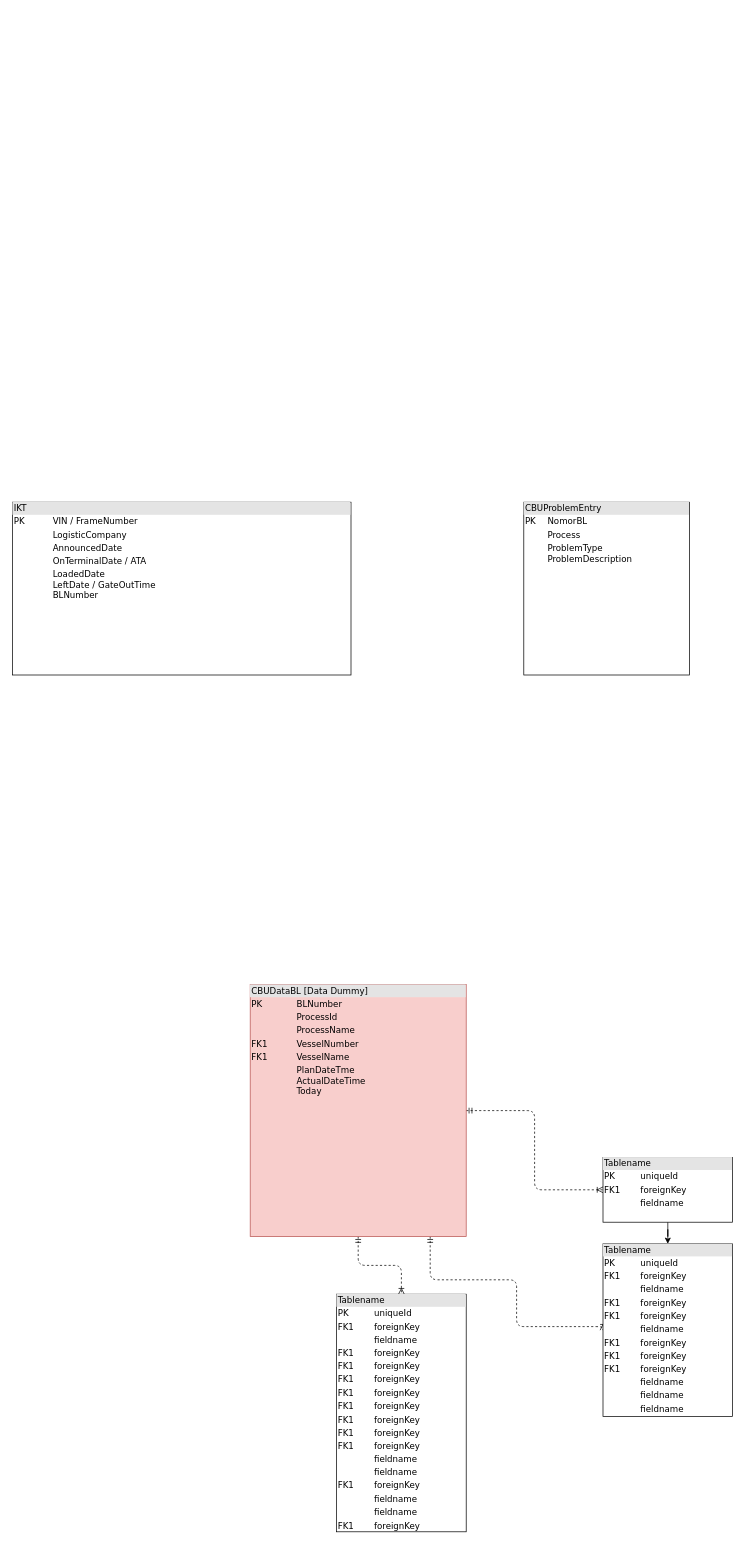
Before: page "Board1_ImportProgressSummary" (1 of 3) of TAM_IMIS_diagram.drawio in RifqiG759/BI_datasets, a draw.io diagram. Source tidied: cells renumbered, new cells numbered last; positions are measured from the earlier drawing's top-left corner, leaving out a move shared by most shapes. Both pictures are drawn from the tidied source at 72%, with x=0, y=0 at pixel (12, 502).
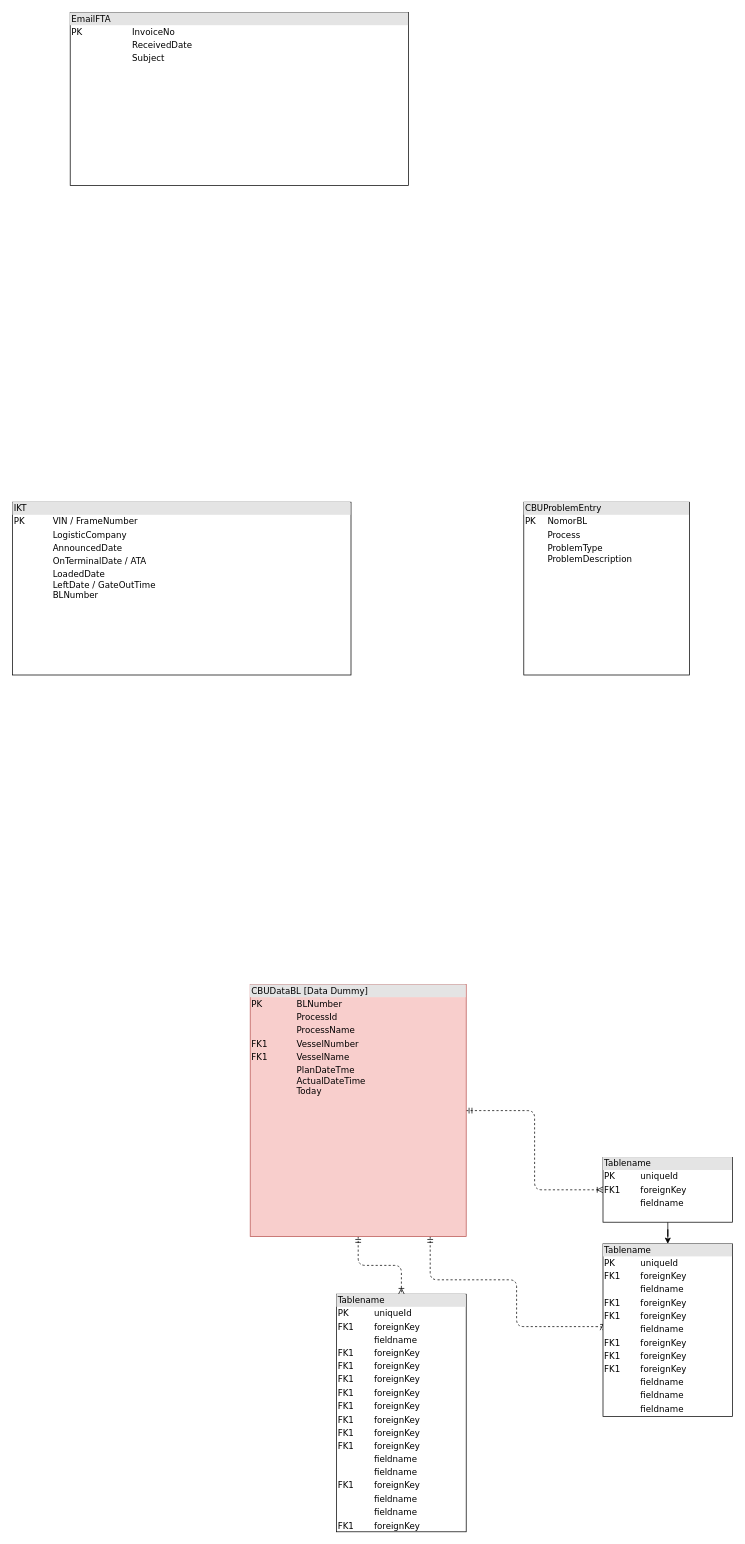
Above is the later version.

Diff of the diagram source:
```diff
@@
 <mxGraphModel background="#ffffff">
   <root>
     <mxCell id="0" />
     <mxCell id="1" parent="0" />
     <mxCell id="2" style="edgeStyle=orthogonalEdgeStyle;html=1;entryX=0.5;entryY=0;dashed=1;labelBackgroundColor=none;startArrow=ERmandOne;endArrow=ERoneToMany;fontFamily=Verdana;fontSize=12;align=left;" parent="1" edge="1" source="5" target="6">
       <mxGeometry relative="1" as="geometry" />
     </mxCell>
     <mxCell id="3" style="edgeStyle=orthogonalEdgeStyle;html=1;dashed=1;labelBackgroundColor=none;startArrow=ERmandOne;endArrow=ERoneToMany;fontFamily=Verdana;fontSize=12;align=left;entryX=0;entryY=0.5;" parent="1" edge="1" source="5" target="7">
       <mxGeometry relative="1" as="geometry">
         <Array as="points">
           <mxPoint x="580" y="1080" />
           <mxPoint x="700" y="1080" />
           <mxPoint x="700" y="1145" />
         </Array>
       </mxGeometry>
     </mxCell>
     <mxCell id="4" style="edgeStyle=orthogonalEdgeStyle;html=1;dashed=1;labelBackgroundColor=none;startArrow=ERmandOne;endArrow=ERoneToMany;fontFamily=Verdana;fontSize=12;align=left;" parent="1" edge="1" source="5" target="9">
       <mxGeometry relative="1" as="geometry" />
     </mxCell>
     <mxCell id="5" value="&lt;div style=&quot;box-sizing: border-box ; width: 100% ; background: #e4e4e4 ; padding: 2px&quot;&gt;CBUDataBL [Data Dummy]&lt;/div&gt;&lt;table style=&quot;width: 100% ; font-size: 1em&quot; cellpadding=&quot;2&quot; cellspacing=&quot;0&quot;&gt;&lt;tbody&gt;&lt;tr&gt;&lt;td&gt;PK&lt;/td&gt;&lt;td&gt;BLNumber&lt;/td&gt;&lt;/tr&gt;&lt;tr&gt;&lt;td&gt;&lt;/td&gt;&lt;td&gt;ProcessId&lt;/td&gt;&lt;/tr&gt;&lt;tr&gt;&lt;td&gt;&lt;br&gt;&lt;/td&gt;&lt;td&gt;ProcessName&lt;/td&gt;&lt;/tr&gt;&lt;tr&gt;&lt;td&gt;FK1&lt;br&gt;&lt;/td&gt;&lt;td&gt;VesselNumber&lt;/td&gt;&lt;/tr&gt;&lt;tr&gt;&lt;td&gt;FK1&lt;br&gt;&lt;/td&gt;&lt;td&gt;VesselName&lt;/td&gt;&lt;/tr&gt;&lt;tr&gt;&lt;td&gt;&lt;br&gt;&lt;/td&gt;&lt;td&gt;PlanDateTme&lt;br&gt;ActualDateTime&lt;br&gt;Today&lt;/td&gt;&lt;/tr&gt;&lt;tr&gt;&lt;td&gt;&lt;br&gt;&lt;/td&gt;&lt;td&gt;&lt;br&gt;&lt;/td&gt;&lt;/tr&gt;&lt;tr&gt;&lt;td&gt;&lt;br&gt;&lt;/td&gt;&lt;td&gt;&lt;br&gt;&lt;/td&gt;&lt;/tr&gt;&lt;tr&gt;&lt;td&gt;&lt;br&gt;&lt;/td&gt;&lt;td&gt;&lt;br&gt;&lt;/td&gt;&lt;/tr&gt;&lt;/tbody&gt;&lt;/table&gt;" style="verticalAlign=top;align=left;overflow=fill;html=1;rounded=0;shadow=0;comic=0;labelBackgroundColor=none;strokeColor=#b85450;strokeWidth=1;fillColor=#f8cecc;fontFamily=Verdana;fontSize=12;" parent="1" vertex="1">
       <mxGeometry x="330" y="670" width="300" height="350" as="geometry" />
     </mxCell>
     <mxCell id="6" value="&lt;div style=&quot;box-sizing: border-box ; width: 100% ; background: #e4e4e4 ; padding: 2px&quot;&gt;Tablename&lt;/div&gt;&lt;table style=&quot;width: 100% ; font-size: 1em&quot; cellpadding=&quot;2&quot; cellspacing=&quot;0&quot;&gt;&lt;tbody&gt;&lt;tr&gt;&lt;td&gt;PK&lt;/td&gt;&lt;td&gt;uniqueId&lt;/td&gt;&lt;/tr&gt;&lt;tr&gt;&lt;td&gt;FK1&lt;/td&gt;&lt;td&gt;foreignKey&lt;/td&gt;&lt;/tr&gt;&lt;tr&gt;&lt;td&gt;&lt;/td&gt;&lt;td&gt;fieldname&lt;/td&gt;&lt;/tr&gt;&lt;tr&gt;&lt;td&gt;FK1&lt;br&gt;&lt;/td&gt;&lt;td&gt;foreignKey&lt;br&gt;&lt;/td&gt;&lt;/tr&gt;&lt;tr&gt;&lt;td&gt;FK1&lt;br&gt;&lt;/td&gt;&lt;td&gt;foreignKey&lt;br&gt;&lt;/td&gt;&lt;/tr&gt;&lt;tr&gt;&lt;td&gt;FK1&lt;br&gt;&lt;/td&gt;&lt;td&gt;foreignKey&lt;br&gt;&lt;/td&gt;&lt;/tr&gt;&lt;tr&gt;&lt;td&gt;FK1&lt;br&gt;&lt;/td&gt;&lt;td&gt;foreignKey&lt;br&gt;&lt;/td&gt;&lt;/tr&gt;&lt;tr&gt;&lt;td&gt;FK1&lt;br&gt;&lt;/td&gt;&lt;td&gt;foreignKey&lt;br&gt;&lt;/td&gt;&lt;/tr&gt;&lt;tr&gt;&lt;td&gt;FK1&lt;br&gt;&lt;/td&gt;&lt;td&gt;foreignKey&lt;br&gt;&lt;/td&gt;&lt;/tr&gt;&lt;tr&gt;&lt;td&gt;FK1&lt;br&gt;&lt;/td&gt;&lt;td&gt;foreignKey&lt;br&gt;&lt;/td&gt;&lt;/tr&gt;&lt;tr&gt;&lt;td&gt;FK1&lt;br&gt;&lt;/td&gt;&lt;td&gt;foreignKey&lt;br&gt;&lt;/td&gt;&lt;/tr&gt;&lt;tr&gt;&lt;td&gt;&lt;br&gt;&lt;/td&gt;&lt;td&gt;fieldname&lt;br&gt;&lt;/td&gt;&lt;/tr&gt;&lt;tr&gt;&lt;td&gt;&lt;br&gt;&lt;/td&gt;&lt;td&gt;fieldname&lt;br&gt;&lt;/td&gt;&lt;/tr&gt;&lt;tr&gt;&lt;td&gt;FK1&lt;br&gt;&lt;/td&gt;&lt;td&gt;foreignKey&lt;br&gt;&lt;/td&gt;&lt;/tr&gt;&lt;tr&gt;&lt;td&gt;&lt;br&gt;&lt;/td&gt;&lt;td&gt;fieldname&lt;br&gt;&lt;/td&gt;&lt;/tr&gt;&lt;tr&gt;&lt;td&gt;&lt;br&gt;&lt;/td&gt;&lt;td&gt;fieldname&lt;br&gt;&lt;/td&gt;&lt;/tr&gt;&lt;tr&gt;&lt;td&gt;FK1&lt;br&gt;&lt;/td&gt;&lt;td&gt;foreignKey&lt;br&gt;&lt;/td&gt;&lt;/tr&gt;&lt;/tbody&gt;&lt;/table&gt;" style="verticalAlign=top;align=left;overflow=fill;html=1;rounded=0;shadow=0;comic=0;labelBackgroundColor=none;strokeColor=#000000;strokeWidth=1;fillColor=#ffffff;fontFamily=Verdana;fontSize=12;fontColor=#000000;" parent="1" vertex="1">
       <mxGeometry x="450" y="1100" width="180" height="330" as="geometry" />
     </mxCell>
     <mxCell id="7" value="&lt;div style=&quot;box-sizing: border-box ; width: 100% ; background: #e4e4e4 ; padding: 2px&quot;&gt;Tablename&lt;/div&gt;&lt;table style=&quot;width: 100% ; font-size: 1em&quot; cellpadding=&quot;2&quot; cellspacing=&quot;0&quot;&gt;&lt;tbody&gt;&lt;tr&gt;&lt;td&gt;PK&lt;/td&gt;&lt;td&gt;uniqueId&lt;/td&gt;&lt;/tr&gt;&lt;tr&gt;&lt;td&gt;FK1&lt;/td&gt;&lt;td&gt;foreignKey&lt;/td&gt;&lt;/tr&gt;&lt;tr&gt;&lt;td&gt;&lt;/td&gt;&lt;td&gt;fieldname&lt;/td&gt;&lt;/tr&gt;&lt;tr&gt;&lt;td&gt;FK1&lt;br&gt;&lt;/td&gt;&lt;td&gt;foreignKey&lt;br&gt;&lt;/td&gt;&lt;/tr&gt;&lt;tr&gt;&lt;td&gt;FK1&lt;br&gt;&lt;/td&gt;&lt;td&gt;foreignKey&lt;br&gt;&lt;/td&gt;&lt;/tr&gt;&lt;tr&gt;&lt;td&gt;&lt;br&gt;&lt;/td&gt;&lt;td&gt;fieldname&lt;br&gt;&lt;/td&gt;&lt;/tr&gt;&lt;tr&gt;&lt;td&gt;FK1&lt;br&gt;&lt;/td&gt;&lt;td&gt;foreignKey&lt;br&gt;&lt;/td&gt;&lt;/tr&gt;&lt;tr&gt;&lt;td&gt;FK1&lt;br&gt;&lt;/td&gt;&lt;td&gt;foreignKey&lt;br&gt;&lt;/td&gt;&lt;/tr&gt;&lt;tr&gt;&lt;td&gt;FK1&lt;br&gt;&lt;/td&gt;&lt;td&gt;foreignKey&lt;br&gt;&lt;/td&gt;&lt;/tr&gt;&lt;tr&gt;&lt;td&gt;&lt;br&gt;&lt;/td&gt;&lt;td&gt;fieldname&lt;br&gt;&lt;/td&gt;&lt;/tr&gt;&lt;tr&gt;&lt;td&gt;&lt;br&gt;&lt;/td&gt;&lt;td&gt;fieldname&lt;br&gt;&lt;/td&gt;&lt;/tr&gt;&lt;tr&gt;&lt;td&gt;&lt;br&gt;&lt;/td&gt;&lt;td&gt;fieldname&lt;br&gt;&lt;/td&gt;&lt;/tr&gt;&lt;/tbody&gt;&lt;/table&gt;" style="verticalAlign=top;align=left;overflow=fill;html=1;rounded=0;shadow=0;comic=0;labelBackgroundColor=none;strokeColor=#000000;strokeWidth=1;fillColor=#ffffff;fontFamily=Verdana;fontSize=12;fontColor=#000000;" parent="1" vertex="1">
       <mxGeometry x="820" y="1030" width="180" height="240" as="geometry" />
     </mxCell>
     <mxCell id="8" style="edgeStyle=orthogonalEdgeStyle;rounded=0;jettySize=auto;html=1;" parent="1" edge="1" source="9" target="7">
       <mxGeometry relative="1" as="geometry" />
     </mxCell>
     <mxCell id="9" value="&lt;div style=&quot;box-sizing:border-box;width:100%;background:#e4e4e4;padding:2px;&quot;&gt;Tablename&lt;/div&gt;&lt;table style=&quot;width:100%;font-size:1em;&quot; cellpadding=&quot;2&quot; cellspacing=&quot;0&quot;&gt;&lt;tr&gt;&lt;td&gt;PK&lt;/td&gt;&lt;td&gt;uniqueId&lt;/td&gt;&lt;/tr&gt;&lt;tr&gt;&lt;td&gt;FK1&lt;/td&gt;&lt;td&gt;foreignKey&lt;/td&gt;&lt;/tr&gt;&lt;tr&gt;&lt;td&gt;&lt;/td&gt;&lt;td&gt;fieldname&lt;/td&gt;&lt;/tr&gt;&lt;/table&gt;" style="verticalAlign=top;align=left;overflow=fill;html=1;rounded=0;shadow=0;comic=0;labelBackgroundColor=none;strokeColor=#000000;strokeWidth=1;fillColor=#ffffff;fontFamily=Verdana;fontSize=12;fontColor=#000000;" parent="1" vertex="1">
       <mxGeometry x="820" y="910" width="180" height="90" as="geometry" />
     </mxCell>
     <mxCell id="10" value="&lt;div style=&quot;box-sizing: border-box ; width: 100% ; background: #e4e4e4 ; padding: 2px&quot;&gt;IKT&lt;/div&gt;&lt;table style=&quot;width: 100% ; font-size: 1em&quot; cellpadding=&quot;2&quot; cellspacing=&quot;0&quot;&gt;&lt;tbody&gt;&lt;tr&gt;&lt;td&gt;PK&lt;/td&gt;&lt;td&gt;VIN / FrameNumber&lt;/td&gt;&lt;/tr&gt;&lt;tr&gt;&lt;td&gt;&lt;br&gt;&lt;/td&gt;&lt;td&gt;LogisticCompany&lt;/td&gt;&lt;/tr&gt;&lt;tr&gt;&lt;td&gt;&lt;/td&gt;&lt;td&gt;AnnouncedDate&lt;/td&gt;&lt;/tr&gt;&lt;tr&gt;&lt;td&gt;&lt;br&gt;&lt;/td&gt;&lt;td&gt;OnTerminalDate / ATA&lt;/td&gt;&lt;/tr&gt;&lt;tr&gt;&lt;td&gt;&lt;br&gt;&lt;/td&gt;&lt;td&gt;LoadedDate&lt;br&gt;LeftDate / GateOutTime&lt;br&gt;BLNumber&lt;br&gt;&lt;br&gt;&lt;/td&gt;&lt;/tr&gt;&lt;tr&gt;&lt;td&gt;&lt;/td&gt;&lt;td&gt;&lt;/td&gt;&lt;/tr&gt;&lt;/tbody&gt;&lt;/table&gt;" style="verticalAlign=top;align=left;overflow=fill;html=1;rounded=0;shadow=0;comic=0;labelBackgroundColor=none;strokeColor=#000000;strokeWidth=1;fillColor=#ffffff;fontFamily=Verdana;fontSize=12;fontColor=#000000;" parent="1" vertex="1">
       <mxGeometry width="470" height="240" as="geometry" />
     </mxCell>
     <mxCell id="11" value="&lt;div style=&quot;box-sizing: border-box ; width: 100% ; background: #e4e4e4 ; padding: 2px&quot;&gt;CBUProblemEntry&lt;/div&gt;&lt;table style=&quot;width: 100% ; font-size: 1em&quot; cellpadding=&quot;2&quot; cellspacing=&quot;0&quot;&gt;&lt;tbody&gt;&lt;tr&gt;&lt;td&gt;PK&lt;/td&gt;&lt;td&gt;NomorBL&lt;br&gt;&lt;/td&gt;&lt;/tr&gt;&lt;tr&gt;&lt;td&gt;&lt;/td&gt;&lt;td&gt;Process&lt;/td&gt;&lt;/tr&gt;&lt;tr&gt;&lt;td&gt;&lt;/td&gt;&lt;td&gt;ProblemType&lt;br&gt;ProblemDescription&lt;/td&gt;&lt;/tr&gt;&lt;tr&gt;&lt;td&gt;&lt;/td&gt;&lt;td&gt;&lt;/td&gt;&lt;/tr&gt;&lt;/tbody&gt;&lt;/table&gt;" style="verticalAlign=top;align=left;overflow=fill;html=1;rounded=0;shadow=0;comic=0;labelBackgroundColor=none;strokeColor=#000000;strokeWidth=1;fillColor=#ffffff;fontFamily=Verdana;fontSize=12;fontColor=#000000;" parent="1" vertex="1">
       <mxGeometry x="710" width="230" height="240" as="geometry" />
     </mxCell>
+    <mxCell id="12" value="&lt;div style=&quot;box-sizing: border-box ; width: 100% ; background: #e4e4e4 ; padding: 2px&quot;&gt;EmailFTA&lt;/div&gt;&lt;table style=&quot;width: 100% ; font-size: 1em&quot; cellpadding=&quot;2&quot; cellspacing=&quot;0&quot;&gt;&lt;tbody&gt;&lt;tr&gt;&lt;td&gt;PK&lt;/td&gt;&lt;td&gt;InvoiceNo&lt;/td&gt;&lt;/tr&gt;&lt;tr&gt;&lt;td&gt;&lt;/td&gt;&lt;td&gt;ReceivedDate&lt;/td&gt;&lt;/tr&gt;&lt;tr&gt;&lt;td&gt;&lt;/td&gt;&lt;td&gt;Subject&lt;br&gt;&lt;br&gt;&lt;/td&gt;&lt;/tr&gt;&lt;tr&gt;&lt;td&gt;&lt;/td&gt;&lt;td&gt;&lt;/td&gt;&lt;/tr&gt;&lt;/tbody&gt;&lt;/table&gt;" style="verticalAlign=top;align=left;overflow=fill;html=1;rounded=0;shadow=0;comic=0;labelBackgroundColor=none;strokeColor=#000000;strokeWidth=1;fillColor=#ffffff;fontFamily=Verdana;fontSize=12;fontColor=#000000;" parent="1" vertex="1">
+      <mxGeometry x="80" y="-680" width="470" height="240" as="geometry" />
+    </mxCell>
   </root>
 </mxGraphModel>
```
